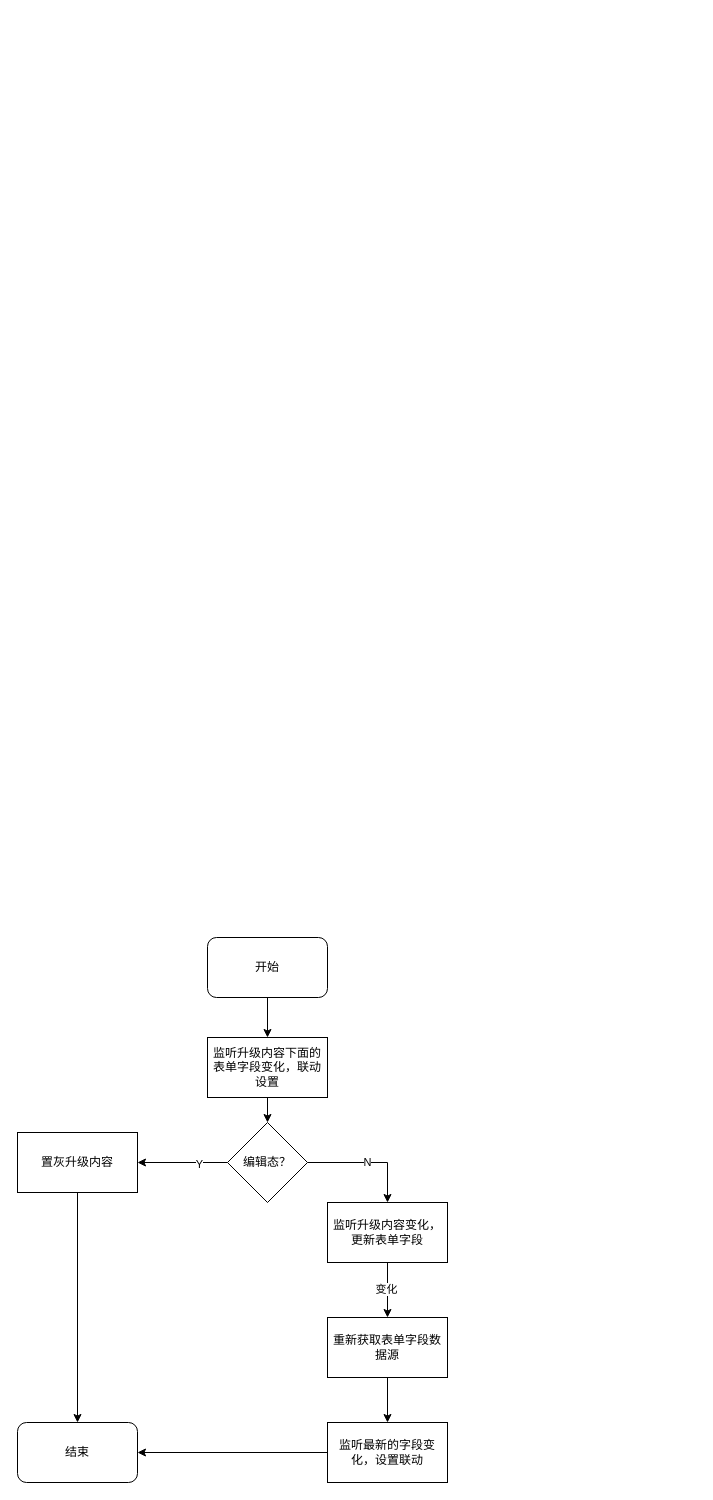
Before: 标准工具升级.drawio in CCZX/flow-diagrams, a draw.io diagram. Source tidied: cells renumbered, new cells numbered last; positions are measured from the earlier drawing's top-left corner, leaving out a move shared by most shapes. Both pictures are drawn from the tidied source at 100%, with x=0, y=0 at pixel (17, 937).
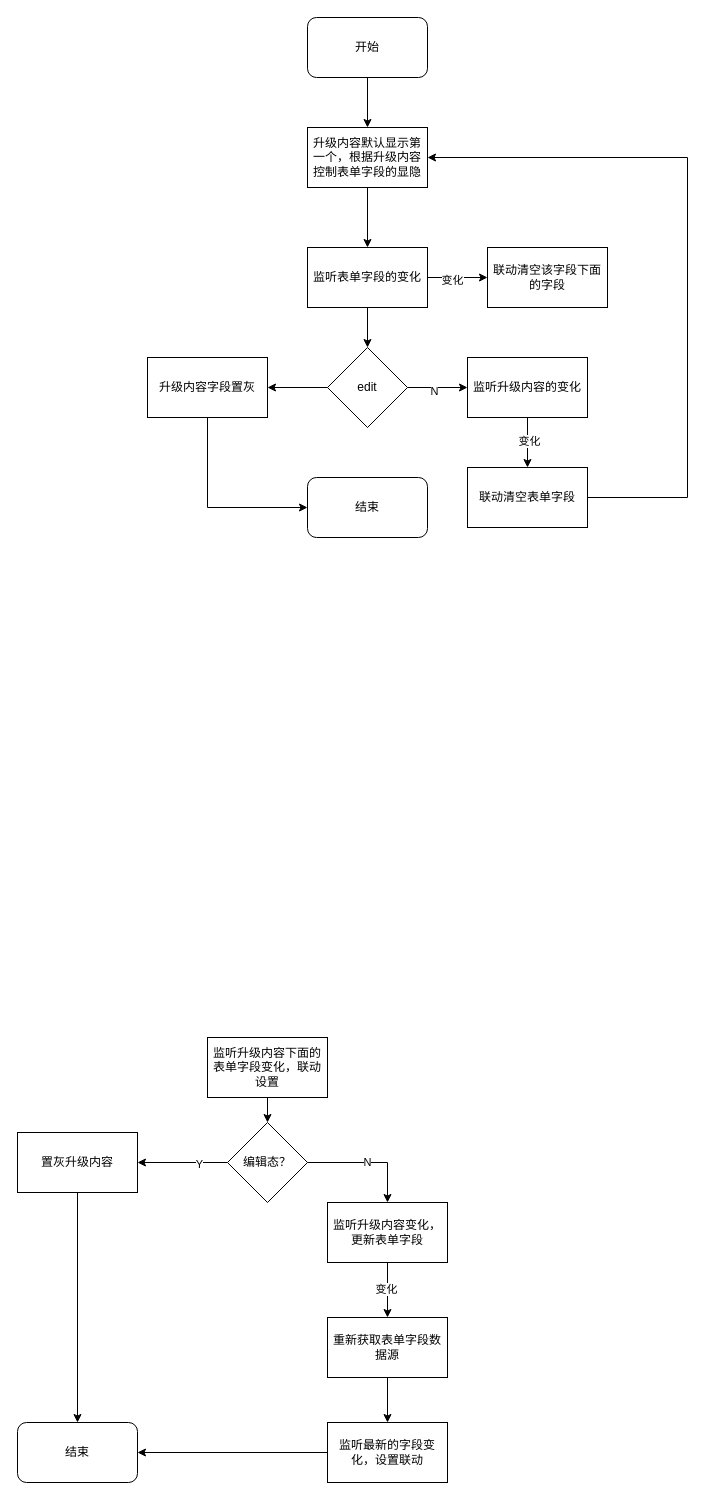
The same page after the edit.

Commit message:
更新标准工具升级.drawio

The change refers to these unchanged cells:
```xml
<mxCell id="16" value="监听升级内容下面的表单字段变化，联动设置" style="rounded=0;whiteSpace=wrap;html=1;" parent="1" vertex="1">
  <mxGeometry x="190" y="100" width="120" height="60" as="geometry" />
</mxCell>
```

The edit, as a diff of the source:
```diff
@@
-    <mxCell id="2" style="edgeStyle=orthogonalEdgeStyle;rounded=0;jettySize=auto;html=1;exitX=0.5;exitY=1;exitDx=0;exitDy=0;entryX=0.5;entryY=0;entryDx=0;entryDy=0;" parent="1" edge="1" source="3" target="16">
-      <mxGeometry relative="1" as="geometry" />
-    </mxCell>
+    <mxCell id="20" style="edgeStyle=orthogonalEdgeStyle;rounded=0;jettySize=auto;html=1;exitX=0.5;exitY=1;exitDx=0;exitDy=0;" parent="1" edge="1" source="3" target="22">
+      <mxGeometry relative="1" as="geometry" />
+    </mxCell>
     <mxCell id="3" value="开始" style="rounded=1;whiteSpace=wrap;html=1;" parent="1" vertex="1">
-      <mxGeometry x="190" width="120" height="60" as="geometry" />
+      <mxGeometry x="290" y="-920" width="120" height="60" as="geometry" />
     </mxCell>
@@
+    <mxCell id="21" style="edgeStyle=orthogonalEdgeStyle;rounded=0;jettySize=auto;html=1;exitX=0.5;exitY=1;exitDx=0;exitDy=0;entryX=0.5;entryY=0;entryDx=0;entryDy=0;" parent="1" edge="1" source="22" target="26">
+      <mxGeometry relative="1" as="geometry" />
+    </mxCell>
+    <mxCell id="22" value="升级内容默认显示第一个，根据升级内容控制表单字段的显隐" style="rounded=0;whiteSpace=wrap;html=1;" parent="1" vertex="1">
+      <mxGeometry x="290" y="-810" width="120" height="60" as="geometry" />
+    </mxCell>
+    <mxCell id="23" style="edgeStyle=orthogonalEdgeStyle;rounded=0;jettySize=auto;html=1;exitX=1;exitY=0.5;exitDx=0;exitDy=0;entryX=0;entryY=0.5;entryDx=0;entryDy=0;" parent="1" edge="1" source="26" target="27">
+      <mxGeometry relative="1" as="geometry" />
+    </mxCell>
+    <mxCell id="24" value="变化" style="edgeLabel;html=1;align=center;verticalAlign=middle;" parent="23" vertex="1">
+      <mxGeometry x="-0.2" y="-2" relative="1" as="geometry" />
+    </mxCell>
+    <mxCell id="25" style="edgeStyle=orthogonalEdgeStyle;rounded=0;jettySize=auto;html=1;exitX=0.5;exitY=1;exitDx=0;exitDy=0;entryX=0.5;entryY=0;entryDx=0;entryDy=0;" parent="1" edge="1" source="26" target="31">
+      <mxGeometry relative="1" as="geometry" />
+    </mxCell>
+    <mxCell id="26" value="监听表单字段的变化" style="rounded=0;whiteSpace=wrap;html=1;" parent="1" vertex="1">
+      <mxGeometry x="290" y="-690" width="120" height="60" as="geometry" />
+    </mxCell>
+    <mxCell id="27" value="联动清空该字段下面的字段" style="rounded=0;whiteSpace=wrap;html=1;" parent="1" vertex="1">
+      <mxGeometry x="470" y="-690" width="120" height="60" as="geometry" />
+    </mxCell>
+    <mxCell id="28" style="edgeStyle=orthogonalEdgeStyle;rounded=0;jettySize=auto;html=1;exitX=1;exitY=0.5;exitDx=0;exitDy=0;entryX=0;entryY=0.5;entryDx=0;entryDy=0;" parent="1" edge="1" source="31" target="34">
+      <mxGeometry relative="1" as="geometry" />
+    </mxCell>
+    <mxCell id="29" value="N" style="edgeLabel;html=1;align=center;verticalAlign=middle;" parent="28" vertex="1">
+      <mxGeometry x="-0.13" y="-3" relative="1" as="geometry" />
+    </mxCell>
+    <mxCell id="30" style="edgeStyle=orthogonalEdgeStyle;rounded=0;jettySize=auto;html=1;exitX=0;exitY=0.5;exitDx=0;exitDy=0;entryX=1;entryY=0.5;entryDx=0;entryDy=0;" parent="1" edge="1" source="31" target="37">
+      <mxGeometry relative="1" as="geometry" />
+    </mxCell>
+    <mxCell id="31" value="edit" style="rhombus;whiteSpace=wrap;html=1;" parent="1" vertex="1">
+      <mxGeometry x="310" y="-590" width="80" height="80" as="geometry" />
+    </mxCell>
+    <mxCell id="32" style="edgeStyle=orthogonalEdgeStyle;rounded=0;jettySize=auto;html=1;exitX=0.5;exitY=1;exitDx=0;exitDy=0;entryX=0.5;entryY=0;entryDx=0;entryDy=0;" parent="1" edge="1" source="34" target="39">
+      <mxGeometry relative="1" as="geometry" />
+    </mxCell>
+    <mxCell id="33" value="变化" style="edgeLabel;html=1;align=center;verticalAlign=middle;" parent="32" vertex="1">
+      <mxGeometry x="-0.08" y="1" relative="1" as="geometry" />
+    </mxCell>
+    <mxCell id="34" value="监听升级内容的变化" style="rounded=0;whiteSpace=wrap;html=1;" parent="1" vertex="1">
+      <mxGeometry x="450" y="-580" width="120" height="60" as="geometry" />
+    </mxCell>
+    <mxCell id="35" value="结束" style="rounded=1;whiteSpace=wrap;html=1;" parent="1" vertex="1">
+      <mxGeometry x="290" y="-460" width="120" height="60" as="geometry" />
+    </mxCell>
+    <mxCell id="36" style="edgeStyle=orthogonalEdgeStyle;rounded=0;jettySize=auto;html=1;exitX=0.5;exitY=1;exitDx=0;exitDy=0;entryX=0;entryY=0.5;entryDx=0;entryDy=0;" parent="1" edge="1" source="37" target="35">
+      <mxGeometry relative="1" as="geometry" />
+    </mxCell>
+    <mxCell id="37" value="升级内容字段置灰" style="rounded=0;whiteSpace=wrap;html=1;" parent="1" vertex="1">
+      <mxGeometry x="130" y="-580" width="120" height="60" as="geometry" />
+    </mxCell>
+    <mxCell id="38" style="edgeStyle=orthogonalEdgeStyle;rounded=0;jettySize=auto;html=1;exitX=1;exitY=0.5;exitDx=0;exitDy=0;entryX=1;entryY=0.5;entryDx=0;entryDy=0;" parent="1" edge="1" source="39" target="22">
+      <mxGeometry relative="1" as="geometry">
+        <Array as="points">
+          <mxPoint x="670" y="-440" />
+          <mxPoint x="670" y="-780" />
+        </Array>
+      </mxGeometry>
+    </mxCell>
+    <mxCell id="39" value="联动清空表单字段" style="rounded=0;whiteSpace=wrap;html=1;" parent="1" vertex="1">
+      <mxGeometry x="450" y="-470" width="120" height="60" as="geometry" />
+    </mxCell>
```
